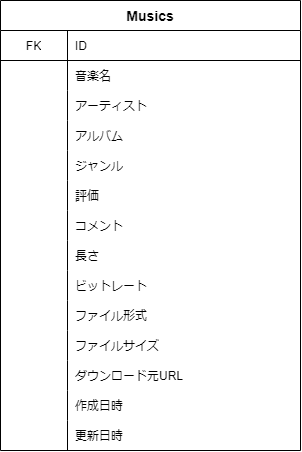
This is er.drawio.png from monomonosu/SoundHornet-Test, a draw.io export, as it was before one commit. Source tidied: cells renumbered, new cells last; positions are measured from the earlier drawing's top-left corner, leaving out a move shared by most shapes.
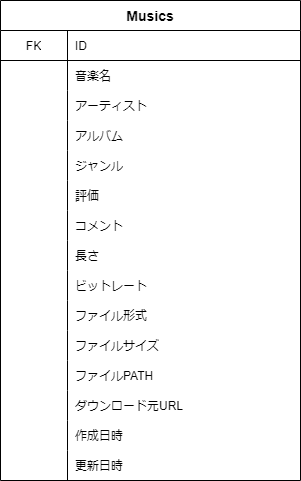
Above is the later version.

Commit message:
モデル図にファイルPATH追加

What changed in the source:
```diff
@@ -3,7 +3,7 @@
     <mxCell id="0" />
     <mxCell id="1" parent="0" />
     <mxCell id="2" value="Musics" style="shape=table;startSize=30;rowLines=0;fontStyle=1;align=center;fontSize=14;" parent="1" vertex="1">
-      <mxGeometry width="300" height="450" as="geometry" />
+      <mxGeometry width="300" height="480" as="geometry" />
     </mxCell>
     <mxCell id="3" style="shape=partialRectangle;html=1;whiteSpace=wrap;fillColor=none;top=0;left=0;bottom=1;right=0;" parent="2" vertex="1">
       <mxGeometry y="30" width="300" height="30" as="geometry" />
@@ -104,8 +104,17 @@
     <mxCell id="35" value="ファイルサイズ" style="shape=partialRectangle;html=1;whiteSpace=wrap;fillColor=none;top=0;left=0;bottom=0;right=0;align=left;spacingLeft=6;overflow=hidden;" parent="33" vertex="1">
       <mxGeometry x="67" width="233" height="30" as="geometry" />
     </mxCell>
+    <mxCell id="45" style="shape=partialRectangle;html=1;whiteSpace=wrap;fillColor=none;top=0;left=0;bottom=0;right=0;" parent="2" vertex="1">
+      <mxGeometry y="360" width="300" height="30" as="geometry" />
+    </mxCell>
+    <mxCell id="46" style="shape=partialRectangle;html=1;whiteSpace=wrap;fillColor=none;top=0;left=0;bottom=0;right=0;overflow=hidden;" parent="45" vertex="1">
+      <mxGeometry width="67" height="30" as="geometry" />
+    </mxCell>
+    <mxCell id="47" value="ファイルPATH" style="shape=partialRectangle;html=1;whiteSpace=wrap;fillColor=none;top=0;left=0;bottom=0;right=0;align=left;spacingLeft=6;overflow=hidden;" parent="45" vertex="1">
+      <mxGeometry x="67" width="233" height="30" as="geometry" />
+    </mxCell>
     <mxCell id="36" style="shape=partialRectangle;html=1;whiteSpace=wrap;fillColor=none;top=0;left=0;bottom=0;right=0;" parent="2" vertex="1">
-      <mxGeometry y="360" width="300" height="30" as="geometry" />
+      <mxGeometry y="390" width="300" height="30" as="geometry" />
     </mxCell>
     <mxCell id="37" style="shape=partialRectangle;html=1;whiteSpace=wrap;fillColor=none;top=0;left=0;bottom=0;right=0;overflow=hidden;" parent="36" vertex="1">
       <mxGeometry width="67" height="30" as="geometry" />
@@ -114,7 +123,7 @@
       <mxGeometry x="67" width="233" height="30" as="geometry" />
     </mxCell>
     <mxCell id="39" style="shape=partialRectangle;html=1;whiteSpace=wrap;fillColor=none;top=0;left=0;bottom=0;right=0;" parent="2" vertex="1">
-      <mxGeometry y="390" width="300" height="30" as="geometry" />
+      <mxGeometry y="420" width="300" height="30" as="geometry" />
     </mxCell>
     <mxCell id="40" style="shape=partialRectangle;html=1;whiteSpace=wrap;fillColor=none;top=0;left=0;bottom=0;right=0;overflow=hidden;" parent="39" vertex="1">
       <mxGeometry width="67" height="30" as="geometry" />
@@ -123,7 +132,7 @@
       <mxGeometry x="67" width="233" height="30" as="geometry" />
     </mxCell>
     <mxCell id="42" style="shape=partialRectangle;html=1;whiteSpace=wrap;fillColor=none;top=0;left=0;bottom=0;right=0;" parent="2" vertex="1">
-      <mxGeometry y="420" width="300" height="30" as="geometry" />
+      <mxGeometry y="450" width="300" height="30" as="geometry" />
     </mxCell>
     <mxCell id="43" style="shape=partialRectangle;html=1;whiteSpace=wrap;fillColor=none;top=0;left=0;bottom=0;right=0;overflow=hidden;" parent="42" vertex="1">
       <mxGeometry width="67" height="30" as="geometry" />
```
